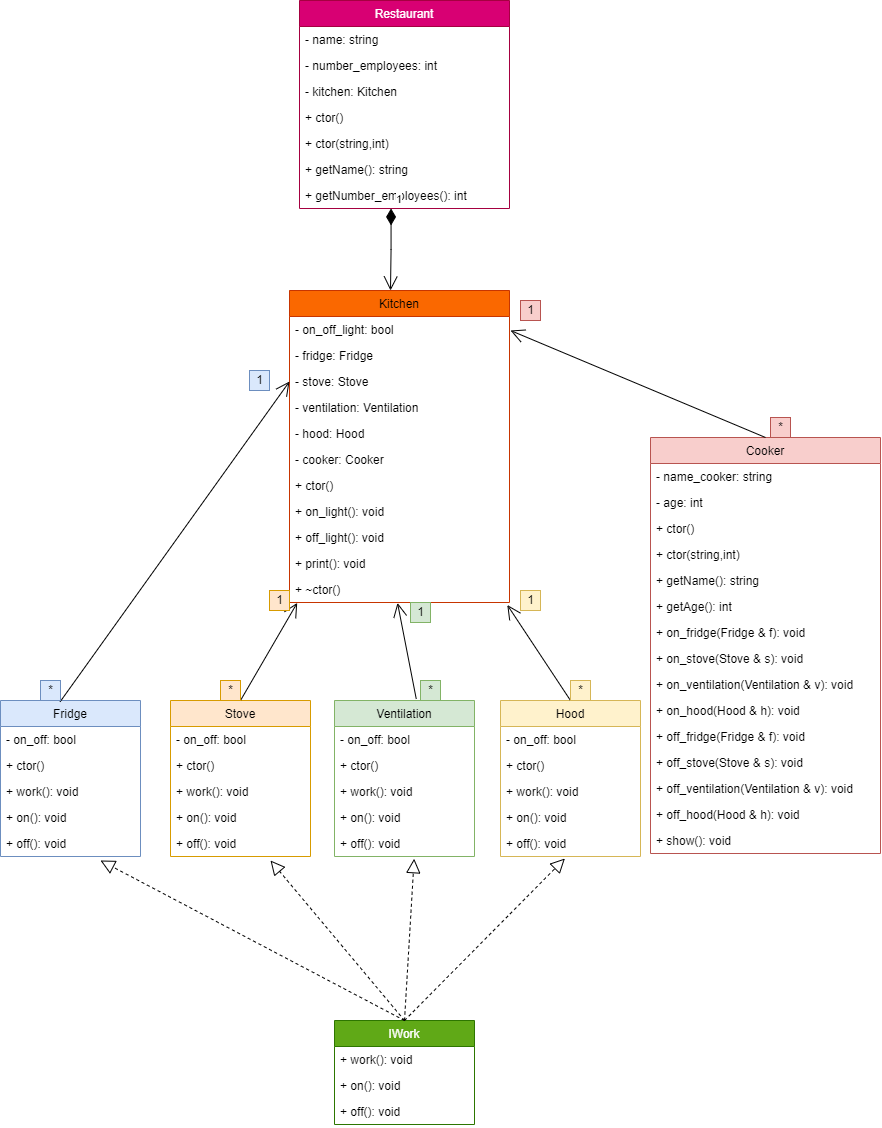
Before: Untitled Diagram.drawio.png, a diagram exported from draw.io (alice29shevchuk/uml). Source tidied: cells renumbered, new cells last; positions are measured from the earlier drawing's top-left corner, leaving out a move shared by most shapes.
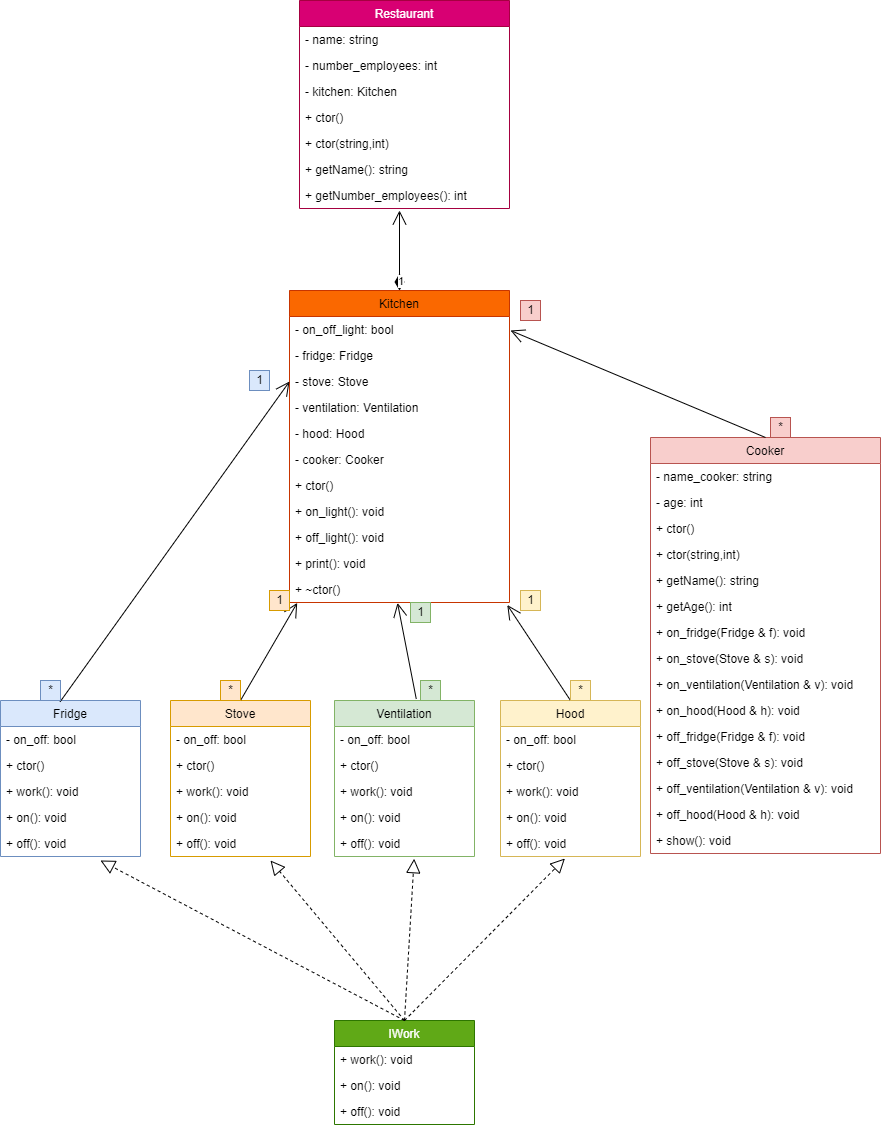
After the change.

Commit message:
поменена стрелка композиции.png

Diff of the diagram source:
```diff
@@ -257,9 +257,9 @@
     <mxCell id="84" style="endArrow=block;dashed=1;endFill=0;endSize=12;html=1;rounded=0;exitX=0.5;exitY=0;exitDx=0;exitDy=0;entryX=0.569;entryY=1.085;entryDx=0;entryDy=0;entryPerimeter=0;" parent="1" edge="1" source="67" target="39">
       <mxGeometry relative="1" as="geometry" />
     </mxCell>
-    <mxCell id="85" value="1" style="endArrow=open;html=1;endSize=12;startArrow=diamondThin;startSize=14;startFill=1;edgeStyle=orthogonalEdgeStyle;align=left;verticalAlign=bottom;rounded=0;exitX=0.436;exitY=0.998;exitDx=0;exitDy=0;exitPerimeter=0;" parent="1" edge="1" source="9">
+    <mxCell id="85" value="1" style="endArrow=open;html=1;endSize=12;startArrow=diamondThin;startSize=14;startFill=1;edgeStyle=orthogonalEdgeStyle;align=left;verticalAlign=bottom;rounded=0;" parent="1" edge="1" source="10">
       <mxGeometry x="-1" y="3" relative="1" as="geometry">
-        <mxPoint x="390" y="290" as="targetPoint" />
+        <mxPoint x="399" y="210" as="targetPoint" />
       </mxGeometry>
     </mxCell>
   </root>
```
